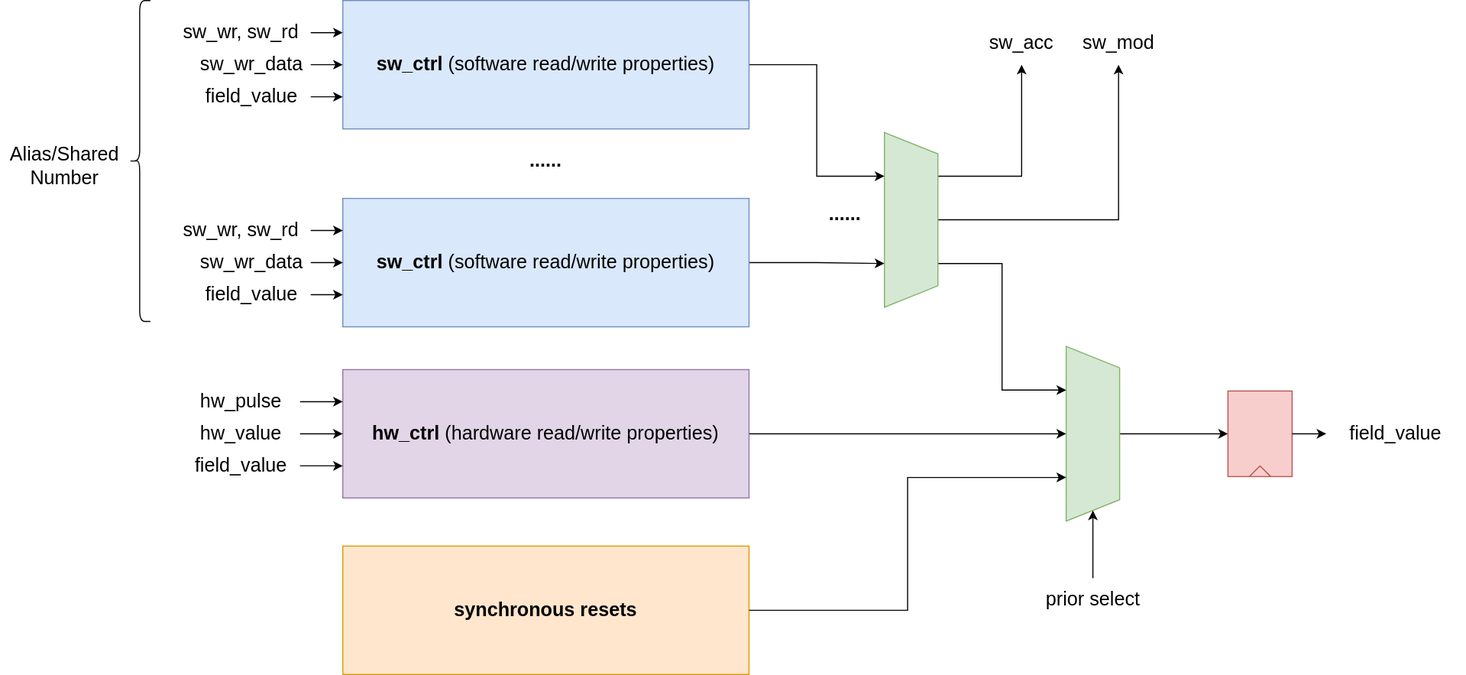
Above: docs/pics/rtl/field_rtl_infra.drawio.svg in howsayhao/hj_reg_auto (draw.io), before the change. Source tidied: cells renumbered, new cells last; positions are measured from the earlier drawing's top-left corner, leaving out a move shared by most shapes. Source of this version:
```xml
<mxGraphModel>
  <root>
    <mxCell id="0" />
    <mxCell id="1" parent="0" />
    <mxCell id="2" style="edgeStyle=orthogonalEdgeStyle;rounded=0;html=1;exitX=0.5;exitY=0;exitDx=0;exitDy=0;fontSize=18;entryX=0;entryY=0.5;entryDx=0;entryDy=0;" parent="1" edge="1" source="3" target="9">
      <mxGeometry relative="1" as="geometry" />
    </mxCell>
    <mxCell id="3" style="shape=trapezoid;perimeter=trapezoidPerimeter;whiteSpace=wrap;html=1;fixedSize=1;fontSize=16;rotation=90;fillColor=#d5e8d4;strokeColor=#82b366;" parent="1" vertex="1">
      <mxGeometry x="940" y="380" width="163.3" height="50" as="geometry" />
    </mxCell>
    <mxCell id="4" style="edgeStyle=orthogonalEdgeStyle;html=1;exitX=0.5;exitY=0;exitDx=0;exitDy=0;entryX=1;entryY=0.5;entryDx=0;entryDy=0;fontSize=16;rounded=0;" parent="1" edge="1" source="5" target="3">
      <mxGeometry relative="1" as="geometry" />
    </mxCell>
    <mxCell id="5" value="prior select" style="text;html=1;strokeColor=none;fillColor=none;align=center;verticalAlign=middle;whiteSpace=wrap;rounded=0;fontSize=18;" parent="1" vertex="1">
      <mxGeometry x="947.7" y="540" width="148" height="40" as="geometry" />
    </mxCell>
    <mxCell id="6" value="......" style="text;html=1;strokeColor=none;fillColor=none;align=center;verticalAlign=middle;whiteSpace=wrap;rounded=0;fontSize=18;fontStyle=1;" parent="1" vertex="1">
      <mxGeometry x="480" y="135" width="60" height="30" as="geometry" />
    </mxCell>
    <mxCell id="7" style="shape=curlyBracket;whiteSpace=wrap;html=1;rounded=1;fontSize=18;" parent="1" vertex="1">
      <mxGeometry x="120" width="20" height="300" as="geometry" />
    </mxCell>
    <mxCell id="8" style="group;" parent="1" vertex="1">
      <mxGeometry x="1148" y="365" width="60" height="80" as="geometry" />
    </mxCell>
    <mxCell id="9" style="rounded=0;whiteSpace=wrap;html=1;fontSize=18;fillColor=#f8cecc;strokeColor=#b85450;" parent="8" vertex="1">
      <mxGeometry width="60" height="80" as="geometry" />
    </mxCell>
    <mxCell id="10" style="triangle;whiteSpace=wrap;html=1;fontSize=18;rotation=-90;fillColor=#f8cecc;strokeColor=#b85450;" parent="8" vertex="1">
      <mxGeometry x="25" y="65" width="10" height="20" as="geometry" />
    </mxCell>
    <mxCell id="11" style="group;" parent="1" vertex="1">
      <mxGeometry x="320" y="510" width="380" height="120" as="geometry" />
    </mxCell>
    <mxCell id="12" value="&lt;b style=&quot;font-size: 18px&quot;&gt;synchronous resets&lt;/b&gt;" style="rounded=0;whiteSpace=wrap;html=1;fillColor=#ffe6cc;strokeColor=#d79b00;" parent="11" vertex="1">
      <mxGeometry width="380" height="120" as="geometry" />
    </mxCell>
    <mxCell id="13" style="edgeStyle=orthogonalEdgeStyle;rounded=0;html=1;exitX=0.25;exitY=0;exitDx=0;exitDy=0;fontSize=18;entryX=0.5;entryY=1;entryDx=0;entryDy=0;" parent="1" edge="1" source="16" target="20">
      <mxGeometry relative="1" as="geometry" />
    </mxCell>
    <mxCell id="14" style="edgeStyle=orthogonalEdgeStyle;rounded=0;html=1;exitX=0.5;exitY=0;exitDx=0;exitDy=0;entryX=0.5;entryY=1;entryDx=0;entryDy=0;fontSize=18;" parent="1" edge="1" source="16" target="21">
      <mxGeometry relative="1" as="geometry" />
    </mxCell>
    <mxCell id="15" style="edgeStyle=orthogonalEdgeStyle;rounded=0;html=1;exitX=0.75;exitY=0;exitDx=0;exitDy=0;entryX=0.25;entryY=1;entryDx=0;entryDy=0;fontSize=18;" parent="1" edge="1" source="16" target="3">
      <mxGeometry relative="1" as="geometry" />
    </mxCell>
    <mxCell id="16" style="shape=trapezoid;perimeter=trapezoidPerimeter;whiteSpace=wrap;html=1;fixedSize=1;fontSize=16;rotation=90;fillColor=#d5e8d4;strokeColor=#82b366;" parent="1" vertex="1">
      <mxGeometry x="770" y="180" width="163.3" height="50" as="geometry" />
    </mxCell>
    <mxCell id="17" style="edgeStyle=orthogonalEdgeStyle;rounded=0;html=1;exitX=1;exitY=0.5;exitDx=0;exitDy=0;entryX=0.75;entryY=1;entryDx=0;entryDy=0;fontSize=18;" parent="1" edge="1" source="29" target="16">
      <mxGeometry relative="1" as="geometry" />
    </mxCell>
    <mxCell id="18" value="......" style="text;html=1;strokeColor=none;fillColor=none;align=center;verticalAlign=middle;whiteSpace=wrap;rounded=0;fontSize=18;fontStyle=1;" parent="1" vertex="1">
      <mxGeometry x="760" y="185" width="60" height="30" as="geometry" />
    </mxCell>
    <mxCell id="19" style="edgeStyle=orthogonalEdgeStyle;rounded=0;html=1;exitX=1;exitY=0.5;exitDx=0;exitDy=0;entryX=0.25;entryY=1;entryDx=0;entryDy=0;fontSize=18;" parent="1" edge="1" source="38" target="16">
      <mxGeometry relative="1" as="geometry" />
    </mxCell>
    <mxCell id="20" value="sw_acc" style="text;html=1;strokeColor=none;fillColor=none;align=center;verticalAlign=middle;whiteSpace=wrap;rounded=0;fontSize=18;" parent="1" vertex="1">
      <mxGeometry x="910" y="20" width="90" height="40" as="geometry" />
    </mxCell>
    <mxCell id="21" value="sw_mod" style="text;html=1;strokeColor=none;fillColor=none;align=center;verticalAlign=middle;whiteSpace=wrap;rounded=0;fontSize=18;" parent="1" vertex="1">
      <mxGeometry x="995.7" y="20" width="100" height="40" as="geometry" />
    </mxCell>
    <mxCell id="22" style="edgeStyle=orthogonalEdgeStyle;rounded=0;html=1;exitX=1;exitY=0.5;exitDx=0;exitDy=0;entryX=0.5;entryY=1;entryDx=0;entryDy=0;fontSize=18;" parent="1" edge="1" source="47" target="3">
      <mxGeometry relative="1" as="geometry" />
    </mxCell>
    <mxCell id="23" style="edgeStyle=orthogonalEdgeStyle;rounded=0;html=1;entryX=0.75;entryY=1;entryDx=0;entryDy=0;fontSize=18;" parent="1" edge="1" source="12" target="3">
      <mxGeometry relative="1" as="geometry" />
    </mxCell>
    <mxCell id="24" value="Alias/Shared Number" style="text;html=1;strokeColor=none;fillColor=none;align=center;verticalAlign=middle;whiteSpace=wrap;rounded=0;fontSize=18;" parent="1" vertex="1">
      <mxGeometry y="124.5" width="120" height="61" as="geometry" />
    </mxCell>
    <mxCell id="25" style="edgeStyle=orthogonalEdgeStyle;rounded=0;html=1;exitX=1;exitY=0.5;exitDx=0;exitDy=0;fontSize=18;entryX=0;entryY=0.5;entryDx=0;entryDy=0;" parent="1" edge="1" source="9" target="26">
      <mxGeometry relative="1" as="geometry" />
    </mxCell>
    <mxCell id="26" value="field_value" style="text;html=1;strokeColor=none;fillColor=none;align=center;verticalAlign=middle;whiteSpace=wrap;rounded=0;fontSize=18;" parent="1" vertex="1">
      <mxGeometry x="1240" y="390" width="130" height="30" as="geometry" />
    </mxCell>
    <mxCell id="27" style="group;" parent="1" vertex="1">
      <mxGeometry x="160" y="185" width="540" height="120" as="geometry" />
    </mxCell>
    <mxCell id="28" style="group;" parent="27" vertex="1">
      <mxGeometry x="160" width="380" height="120" as="geometry" />
    </mxCell>
    <mxCell id="29" value="&lt;b style=&quot;font-size: 18px&quot;&gt;sw_ctrl&amp;nbsp;&lt;/b&gt;&lt;span style=&quot;font-size: 18px&quot;&gt;(software read/write properties)&lt;/span&gt;" style="rounded=0;whiteSpace=wrap;html=1;fillColor=#dae8fc;strokeColor=#6c8ebf;" parent="28" vertex="1">
      <mxGeometry width="380" height="120" as="geometry" />
    </mxCell>
    <mxCell id="30" style="edgeStyle=orthogonalEdgeStyle;rounded=0;html=1;exitX=1;exitY=0.5;exitDx=0;exitDy=0;entryX=0;entryY=0.25;entryDx=0;entryDy=0;fontSize=18;" parent="27" edge="1" source="31" target="29">
      <mxGeometry relative="1" as="geometry" />
    </mxCell>
    <mxCell id="31" value="sw_wr, sw_rd" style="text;html=1;strokeColor=none;fillColor=none;align=center;verticalAlign=middle;whiteSpace=wrap;rounded=0;fontSize=18;" parent="27" vertex="1">
      <mxGeometry y="10" width="130" height="40" as="geometry" />
    </mxCell>
    <mxCell id="32" style="edgeStyle=orthogonalEdgeStyle;rounded=0;html=1;exitX=1;exitY=0.5;exitDx=0;exitDy=0;entryX=0;entryY=0.5;entryDx=0;entryDy=0;fontSize=18;" parent="27" edge="1" source="33" target="29">
      <mxGeometry relative="1" as="geometry" />
    </mxCell>
    <mxCell id="33" value="sw_wr_data" style="text;html=1;strokeColor=none;fillColor=none;align=center;verticalAlign=middle;whiteSpace=wrap;rounded=0;fontSize=18;" parent="27" vertex="1">
      <mxGeometry x="20" y="40" width="110" height="40" as="geometry" />
    </mxCell>
    <mxCell id="34" style="edgeStyle=orthogonalEdgeStyle;rounded=0;html=1;exitX=1;exitY=0.5;exitDx=0;exitDy=0;entryX=0;entryY=0.75;entryDx=0;entryDy=0;fontSize=18;" parent="27" edge="1" source="35" target="29">
      <mxGeometry relative="1" as="geometry" />
    </mxCell>
    <mxCell id="35" value="field_value" style="text;html=1;strokeColor=none;fillColor=none;align=center;verticalAlign=middle;whiteSpace=wrap;rounded=0;fontSize=18;" parent="27" vertex="1">
      <mxGeometry x="20" y="70" width="110" height="40" as="geometry" />
    </mxCell>
    <mxCell id="36" style="group;" parent="1" vertex="1">
      <mxGeometry x="160" width="540" height="120" as="geometry" />
    </mxCell>
    <mxCell id="37" style="group;" parent="36" vertex="1">
      <mxGeometry x="160" width="380" height="120" as="geometry" />
    </mxCell>
    <mxCell id="38" value="&lt;b style=&quot;font-size: 18px&quot;&gt;sw_ctrl&amp;nbsp;&lt;/b&gt;&lt;span style=&quot;font-size: 18px&quot;&gt;(software read/write properties)&lt;/span&gt;" style="rounded=0;whiteSpace=wrap;html=1;fillColor=#dae8fc;strokeColor=#6c8ebf;" parent="37" vertex="1">
      <mxGeometry width="380" height="120" as="geometry" />
    </mxCell>
    <mxCell id="39" style="edgeStyle=orthogonalEdgeStyle;rounded=0;html=1;exitX=1;exitY=0.5;exitDx=0;exitDy=0;entryX=0;entryY=0.25;entryDx=0;entryDy=0;fontSize=18;" parent="36" edge="1" source="40" target="38">
      <mxGeometry relative="1" as="geometry" />
    </mxCell>
    <mxCell id="40" value="sw_wr, sw_rd" style="text;html=1;strokeColor=none;fillColor=none;align=center;verticalAlign=middle;whiteSpace=wrap;rounded=0;fontSize=18;" parent="36" vertex="1">
      <mxGeometry y="10" width="130" height="40" as="geometry" />
    </mxCell>
    <mxCell id="41" style="edgeStyle=orthogonalEdgeStyle;rounded=0;html=1;exitX=1;exitY=0.5;exitDx=0;exitDy=0;entryX=0;entryY=0.5;entryDx=0;entryDy=0;fontSize=18;" parent="36" edge="1" source="42" target="38">
      <mxGeometry relative="1" as="geometry" />
    </mxCell>
    <mxCell id="42" value="sw_wr_data" style="text;html=1;strokeColor=none;fillColor=none;align=center;verticalAlign=middle;whiteSpace=wrap;rounded=0;fontSize=18;" parent="36" vertex="1">
      <mxGeometry x="20" y="40" width="110" height="40" as="geometry" />
    </mxCell>
    <mxCell id="43" style="edgeStyle=orthogonalEdgeStyle;rounded=0;html=1;exitX=1;exitY=0.5;exitDx=0;exitDy=0;entryX=0;entryY=0.75;entryDx=0;entryDy=0;fontSize=18;" parent="36" edge="1" source="44" target="38">
      <mxGeometry relative="1" as="geometry" />
    </mxCell>
    <mxCell id="44" value="field_value" style="text;html=1;strokeColor=none;fillColor=none;align=center;verticalAlign=middle;whiteSpace=wrap;rounded=0;fontSize=18;" parent="36" vertex="1">
      <mxGeometry x="20" y="70" width="110" height="40" as="geometry" />
    </mxCell>
    <mxCell id="45" style="group;" parent="1" vertex="1">
      <mxGeometry x="170" y="345" width="530" height="120" as="geometry" />
    </mxCell>
    <mxCell id="46" style="group;" parent="45" vertex="1">
      <mxGeometry x="150" width="380" height="120" as="geometry" />
    </mxCell>
    <mxCell id="47" value="&lt;b style=&quot;font-size: 18px&quot;&gt;hw_ctrl&amp;nbsp;&lt;/b&gt;&lt;span style=&quot;font-size: 18px&quot;&gt;(hardware read/write properties)&lt;/span&gt;" style="rounded=0;whiteSpace=wrap;html=1;fillColor=#e1d5e7;strokeColor=#9673a6;" parent="46" vertex="1">
      <mxGeometry width="380" height="120" as="geometry" />
    </mxCell>
    <mxCell id="48" style="endArrow=classic;html=1;rounded=0;fontSize=18;entryX=0;entryY=0.25;entryDx=0;entryDy=0;edgeStyle=orthogonalEdgeStyle;exitX=1;exitY=0.5;exitDx=0;exitDy=0;" parent="45" edge="1" source="49" target="47">
      <mxGeometry relative="1" as="geometry" />
    </mxCell>
    <mxCell id="49" value="hw_pulse" style="text;html=1;strokeColor=none;fillColor=none;align=center;verticalAlign=middle;whiteSpace=wrap;rounded=0;fontSize=18;" parent="45" vertex="1">
      <mxGeometry y="10" width="110" height="40" as="geometry" />
    </mxCell>
    <mxCell id="50" style="edgeStyle=orthogonalEdgeStyle;rounded=0;html=1;entryX=0;entryY=0.75;entryDx=0;entryDy=0;fontSize=18;" parent="45" edge="1" source="51" target="47">
      <mxGeometry relative="1" as="geometry" />
    </mxCell>
    <mxCell id="51" value="field_value" style="text;html=1;strokeColor=none;fillColor=none;align=center;verticalAlign=middle;whiteSpace=wrap;rounded=0;fontSize=18;" parent="45" vertex="1">
      <mxGeometry y="70" width="110" height="40" as="geometry" />
    </mxCell>
    <mxCell id="52" style="edgeStyle=orthogonalEdgeStyle;rounded=0;html=1;exitX=1;exitY=0.5;exitDx=0;exitDy=0;entryX=0;entryY=0.5;entryDx=0;entryDy=0;fontSize=18;" parent="45" edge="1" source="53" target="47">
      <mxGeometry relative="1" as="geometry" />
    </mxCell>
    <mxCell id="53" value="hw_value" style="text;html=1;strokeColor=none;fillColor=none;align=center;verticalAlign=middle;whiteSpace=wrap;rounded=0;fontSize=18;" parent="45" vertex="1">
      <mxGeometry y="40" width="110" height="40" as="geometry" />
    </mxCell>
  </root>
</mxGraphModel>
```
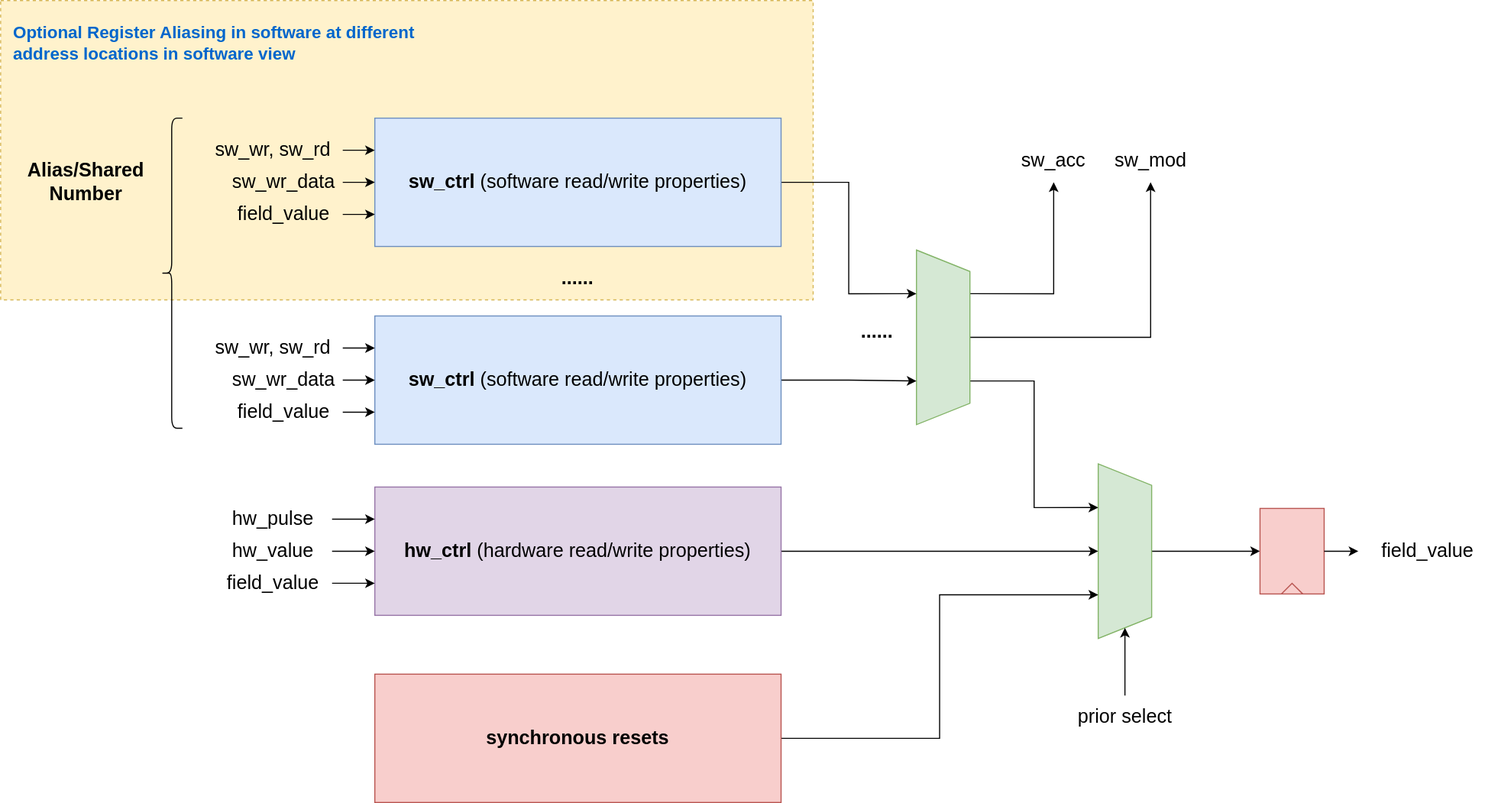
After the change.

The edit, as a diff of the source:
```diff
@@ -2,6 +2,9 @@
   <root>
     <mxCell id="0" />
     <mxCell id="1" parent="0" />
+    <mxCell id="54" style="rounded=0;whiteSpace=wrap;html=1;dashed=1;fontSize=16;fillColor=#fff2cc;strokeColor=#d6b656;fontStyle=0;strokeWidth=1;" parent="1" vertex="1">
+      <mxGeometry x="-30" y="-110" width="760" height="280" as="geometry" />
+    </mxCell>
     <mxCell id="2" style="edgeStyle=orthogonalEdgeStyle;rounded=0;html=1;exitX=0.5;exitY=0;exitDx=0;exitDy=0;fontSize=18;entryX=0;entryY=0.5;entryDx=0;entryDy=0;" parent="1" edge="1" source="3" target="9">
       <mxGeometry relative="1" as="geometry" />
     </mxCell>
@@ -18,7 +21,7 @@
       <mxGeometry x="480" y="135" width="60" height="30" as="geometry" />
     </mxCell>
     <mxCell id="7" style="shape=curlyBracket;whiteSpace=wrap;html=1;rounded=1;fontSize=18;" parent="1" vertex="1">
-      <mxGeometry x="120" width="20" height="300" as="geometry" />
+      <mxGeometry x="120" width="20" height="290" as="geometry" />
     </mxCell>
     <mxCell id="8" style="group;" parent="1" vertex="1">
       <mxGeometry x="1148" y="365" width="60" height="80" as="geometry" />
@@ -29,12 +32,6 @@
     <mxCell id="10" style="triangle;whiteSpace=wrap;html=1;fontSize=18;rotation=-90;fillColor=#f8cecc;strokeColor=#b85450;" parent="8" vertex="1">
       <mxGeometry x="25" y="65" width="10" height="20" as="geometry" />
     </mxCell>
-    <mxCell id="11" style="group;" parent="1" vertex="1">
-      <mxGeometry x="320" y="510" width="380" height="120" as="geometry" />
-    </mxCell>
-    <mxCell id="12" value="&lt;b style=&quot;font-size: 18px&quot;&gt;synchronous resets&lt;/b&gt;" style="rounded=0;whiteSpace=wrap;html=1;fillColor=#ffe6cc;strokeColor=#d79b00;" parent="11" vertex="1">
-      <mxGeometry width="380" height="120" as="geometry" />
-    </mxCell>
     <mxCell id="13" style="edgeStyle=orthogonalEdgeStyle;rounded=0;html=1;exitX=0.25;exitY=0;exitDx=0;exitDy=0;fontSize=18;entryX=0.5;entryY=1;entryDx=0;entryDy=0;" parent="1" edge="1" source="16" target="20">
       <mxGeometry relative="1" as="geometry" />
     </mxCell>
@@ -68,8 +65,8 @@
     <mxCell id="23" style="edgeStyle=orthogonalEdgeStyle;rounded=0;html=1;entryX=0.75;entryY=1;entryDx=0;entryDy=0;fontSize=18;" parent="1" edge="1" source="12" target="3">
       <mxGeometry relative="1" as="geometry" />
     </mxCell>
-    <mxCell id="24" value="Alias/Shared Number" style="text;html=1;strokeColor=none;fillColor=none;align=center;verticalAlign=middle;whiteSpace=wrap;rounded=0;fontSize=18;" parent="1" vertex="1">
-      <mxGeometry y="124.5" width="120" height="61" as="geometry" />
+    <mxCell id="24" value="&lt;b&gt;Alias/Shared Number&lt;/b&gt;" style="text;html=1;strokeColor=none;fillColor=none;align=center;verticalAlign=middle;whiteSpace=wrap;rounded=0;fontSize=18;" parent="1" vertex="1">
+      <mxGeometry x="-10" y="29.5" width="120" height="61" as="geometry" />
     </mxCell>
     <mxCell id="25" style="edgeStyle=orthogonalEdgeStyle;rounded=0;html=1;exitX=1;exitY=0.5;exitDx=0;exitDy=0;fontSize=18;entryX=0;entryY=0.5;entryDx=0;entryDy=0;" parent="1" edge="1" source="9" target="26">
       <mxGeometry relative="1" as="geometry" />
@@ -158,5 +155,11 @@
     <mxCell id="53" value="hw_value" style="text;html=1;strokeColor=none;fillColor=none;align=center;verticalAlign=middle;whiteSpace=wrap;rounded=0;fontSize=18;" parent="45" vertex="1">
       <mxGeometry y="40" width="110" height="40" as="geometry" />
     </mxCell>
+    <mxCell id="12" value="&lt;b style=&quot;font-size: 18px&quot;&gt;synchronous resets&lt;/b&gt;" style="rounded=0;whiteSpace=wrap;html=1;fillColor=#f8cecc;strokeColor=#b85450;" parent="1" vertex="1">
+      <mxGeometry x="320" y="520" width="380" height="120" as="geometry" />
+    </mxCell>
+    <mxCell id="55" value="&lt;b style=&quot;font-size: 16px&quot;&gt;&lt;font style=&quot;font-size: 16px&quot; color=&quot;#0066cc&quot;&gt;Optional Register Aliasing in software at different address locations in software view&lt;/font&gt;&lt;/b&gt;" style="text;html=1;strokeColor=none;fillColor=none;align=left;verticalAlign=middle;whiteSpace=wrap;rounded=0;fontSize=16;" parent="1" vertex="1">
+      <mxGeometry x="-20" y="-100" width="380" height="60" as="geometry" />
+    </mxCell>
   </root>
 </mxGraphModel>
```
